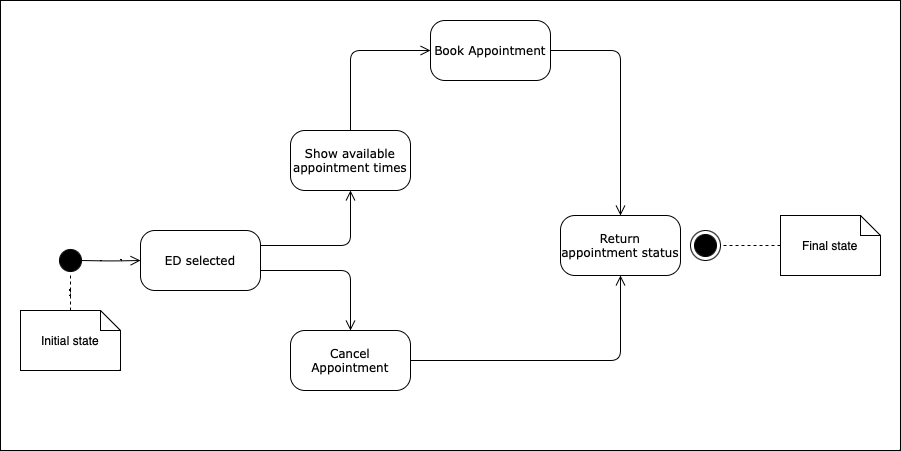
Before: diagrams/appointment_booking.drawio.png, a diagram exported from draw.io (uvic-teach/project-m1-team6). Source tidied: cells renumbered, new cells last; positions are measured from the earlier drawing's top-left corner, leaving out a move shared by most shapes.
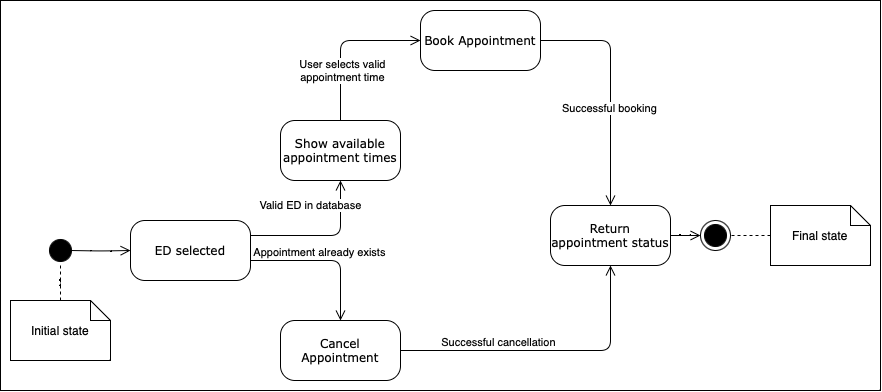
Later version of the same file.

The edit, as a diff of the source:
```diff
@@ -3,7 +3,7 @@
     <mxCell id="0" />
     <mxCell id="1" parent="0" />
     <mxCell id="2" style="rounded=0;whiteSpace=wrap;html=1;" parent="1" vertex="1">
-      <mxGeometry width="900" height="450" as="geometry" />
+      <mxGeometry x="10" y="10" width="880" height="390" as="geometry" />
     </mxCell>
     <mxCell id="3" style="ellipse;html=1;shape=startState;fillColor=#000000;strokeColor=#000000;rounded=1;shadow=0;comic=0;labelBackgroundColor=none;fontFamily=Verdana;fontSize=12;fontColor=#000000;align=center;direction=south;" parent="1" vertex="1">
       <mxGeometry x="55" y="245" width="30" height="30" as="geometry" />
@@ -11,6 +11,9 @@
     <mxCell id="4" style="edgeStyle=orthogonalEdgeStyle;rounded=1;jettySize=auto;html=1;entryX=0.5;entryY=0;entryDx=0;entryDy=0;strokeColor=#000000;endArrow=open;endFill=0;endSize=8;" parent="1" edge="1" source="5" target="19">
       <mxGeometry relative="1" as="geometry" />
     </mxCell>
+    <mxCell id="20" value="Successful booking" style="edgeLabel;html=1;align=center;verticalAlign=middle;" parent="4" vertex="1">
+      <mxGeometry x="0.17" y="-1" relative="1" as="geometry" />
+    </mxCell>
     <mxCell id="5" value="Book Appointment" style="rounded=1;whiteSpace=wrap;html=1;arcSize=24;shadow=0;comic=0;labelBackgroundColor=none;fontFamily=Verdana;fontSize=12;align=center;" parent="1" vertex="1">
       <mxGeometry x="430" y="20" width="120" height="60" as="geometry" />
     </mxCell>
@@ -21,6 +24,11 @@
         </Array>
       </mxGeometry>
     </mxCell>
+    <mxCell id="21" value="Appointment already exists" style="edgeLabel;html=1;align=center;verticalAlign=middle;" parent="6" vertex="1">
+      <mxGeometry x="-0.2" y="1" relative="1" as="geometry">
+        <mxPoint x="9" y="-7" as="offset" />
+      </mxGeometry>
+    </mxCell>
     <mxCell id="7" style="edgeStyle=orthogonalEdgeStyle;rounded=1;jettySize=auto;html=1;exitX=1;exitY=0.25;exitDx=0;exitDy=0;entryX=0.5;entryY=1;entryDx=0;entryDy=0;endArrow=open;endFill=0;endSize=8;" parent="1" edge="1" source="8" target="18">
       <mxGeometry relative="1" as="geometry" />
     </mxCell>
@@ -33,7 +41,7 @@
       </mxGeometry>
     </mxCell>
     <mxCell id="10" style="ellipse;html=1;shape=endState;fillColor=#000000;strokeColor=#000000;rounded=1;shadow=0;comic=0;labelBackgroundColor=none;fontFamily=Verdana;fontSize=12;fontColor=#000000;align=center;" parent="1" vertex="1">
-      <mxGeometry x="690" y="230" width="30" height="30" as="geometry" />
+      <mxGeometry x="710" y="230" width="30" height="30" as="geometry" />
     </mxCell>
     <mxCell id="11" style="edgeStyle=orthogonalEdgeStyle;rounded=0;jettySize=auto;html=1;dashed=1;endArrow=none;endFill=0;" parent="1" edge="1" source="12" target="3">
       <mxGeometry relative="1" as="geometry" />
@@ -50,6 +58,11 @@
     <mxCell id="15" style="edgeStyle=orthogonalEdgeStyle;rounded=1;jettySize=auto;html=1;entryX=0.5;entryY=1;entryDx=0;entryDy=0;strokeColor=#000000;endArrow=open;endFill=0;endSize=8;" parent="1" edge="1" source="16" target="19">
       <mxGeometry relative="1" as="geometry" />
     </mxCell>
+    <mxCell id="22" value="Successful cancellation" style="edgeLabel;html=1;align=center;verticalAlign=middle;" parent="15" vertex="1">
+      <mxGeometry x="-0.67" relative="1" as="geometry">
+        <mxPoint x="49" y="-8" as="offset" />
+      </mxGeometry>
+    </mxCell>
     <mxCell id="16" value="Cancel Appointment" style="rounded=1;whiteSpace=wrap;html=1;arcSize=24;shadow=0;comic=0;labelBackgroundColor=none;fontFamily=Verdana;fontSize=12;align=center;" parent="1" vertex="1">
       <mxGeometry x="290" y="330" width="120" height="60" as="geometry" />
     </mxCell>
@@ -60,11 +73,20 @@
         </Array>
       </mxGeometry>
     </mxCell>
+    <mxCell id="23" value="User selects valid &lt;br&gt;appointment time" style="edgeLabel;html=1;align=center;verticalAlign=middle;" parent="17" vertex="1">
+      <mxGeometry x="-0.37" y="-2" relative="1" as="geometry" />
+    </mxCell>
     <mxCell id="18" value="Show available appointment times" style="rounded=1;whiteSpace=wrap;html=1;arcSize=24;shadow=0;comic=0;labelBackgroundColor=none;fontFamily=Verdana;fontSize=12;align=center;" parent="1" vertex="1">
       <mxGeometry x="290" y="130" width="120" height="60" as="geometry" />
     </mxCell>
+    <mxCell id="24" style="edgeStyle=orthogonalEdgeStyle;rounded=0;jettySize=auto;html=1;endSize=8;endArrow=open;endFill=0;" parent="1" edge="1" source="19" target="10">
+      <mxGeometry relative="1" as="geometry" />
+    </mxCell>
     <mxCell id="19" value="Return appointment status" style="rounded=1;whiteSpace=wrap;html=1;arcSize=24;shadow=0;comic=0;labelBackgroundColor=none;fontFamily=Verdana;fontSize=12;align=center;" parent="1" vertex="1">
       <mxGeometry x="560" y="215" width="120" height="60" as="geometry" />
     </mxCell>
+    <mxCell id="25" value="Valid ED in database" style="edgeLabel;html=1;align=center;verticalAlign=middle;" parent="1" vertex="1">
+      <mxGeometry x="320" y="215" as="geometry" />
+    </mxCell>
   </root>
 </mxGraphModel>
```
